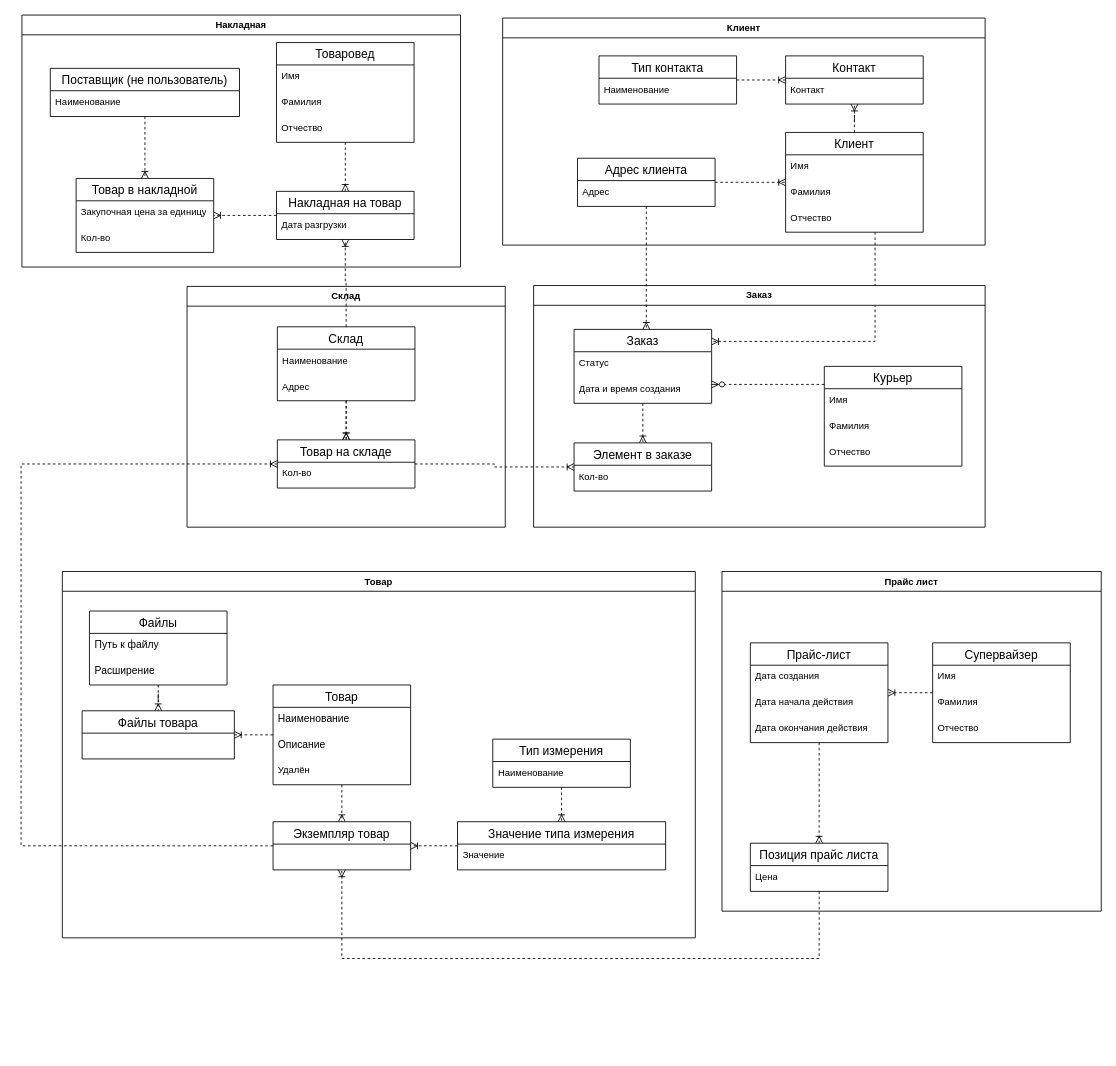
VladZainullin/LiquorStore keeps this draw.io diagram as Информационно-логическая диаграмма базы данных.drawio. Above is the earlier version. Source tidied: cells renumbered, new cells numbered last; positions are measured from the earlier drawing's top-left corner, leaving out a move shared by most shapes. Both pictures are drawn from the tidied source at 86%, with x=0, y=0 at pixel (21, 15).
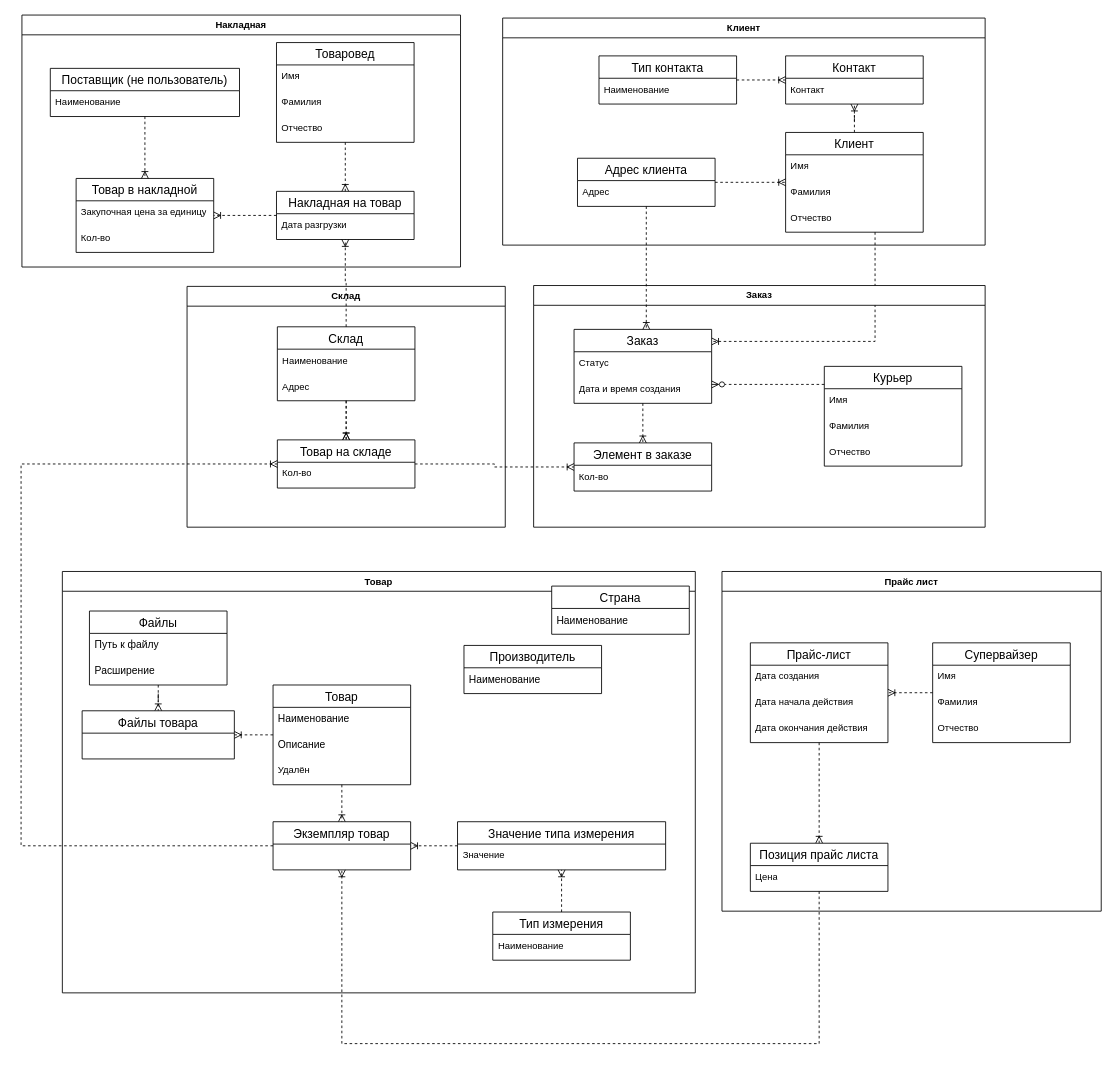
Above is the later version.

The change refers to these unchanged cells:
```xml
<mxCell id="36" value="Экземпляр товар" style="swimlane;fontStyle=0;horizontal=1;startSize=26;align=center;fontSize=14;fontFamily=Helvetica;fontColor=default;labelBackgroundColor=default;" parent="18" vertex="1">
  <mxGeometry x="245" y="291" width="160" height="56" as="geometry" />
</mxCell>
<mxCell id="74" value="Позиция прайс листа" style="swimlane;fontStyle=0;horizontal=1;startSize=26;align=center;fontSize=14;fontFamily=Helvetica;fontColor=default;labelBackgroundColor=default;" parent="68" vertex="1">
  <mxGeometry x="33" y="316" width="160" height="56" as="geometry" />
</mxCell>
```

Change to the diagram source:
```diff
@@
     <mxCell id="18" value="Товар" style="swimlane;whiteSpace=wrap;html=1;fontFamily=Helvetica;fontSize=11;fontColor=default;labelBackgroundColor=default;" parent="1" vertex="1">
-      <mxGeometry x="48" y="647" width="736" height="426" as="geometry" />
+      <mxGeometry x="48" y="647" width="736" height="490" as="geometry" />
     </mxCell>
@@
     <mxCell id="34" value="Тип измерения" style="swimlane;fontStyle=0;horizontal=1;startSize=26;align=center;fontSize=14;fontFamily=Helvetica;fontColor=default;labelBackgroundColor=default;" parent="18" vertex="1">
-      <mxGeometry x="500.5" y="195" width="160" height="56" as="geometry" />
+      <mxGeometry x="500.5" y="396" width="160" height="56" as="geometry" />
     </mxCell>
@@
+    <mxCell id="89" value="Производитель" style="swimlane;fontStyle=0;horizontal=1;startSize=26;align=center;fontSize=14;" parent="18" vertex="1">
+      <mxGeometry x="467" y="86" width="160" height="56" as="geometry" />
+    </mxCell>
+    <mxCell id="90" value="Наименование" style="text;strokeColor=none;fillColor=none;spacingLeft=4;spacingRight=4;overflow=hidden;fontSize=12;whiteSpace=wrap;html=1;" parent="89" vertex="1">
+      <mxGeometry y="26" width="160" height="30" as="geometry" />
+    </mxCell>
+    <mxCell id="91" value="Страна" style="swimlane;fontStyle=0;horizontal=1;startSize=26;align=center;fontSize=14;" parent="18" vertex="1">
+      <mxGeometry x="569" y="17" width="160" height="56" as="geometry" />
+    </mxCell>
+    <mxCell id="92" value="Наименование" style="text;strokeColor=none;fillColor=none;spacingLeft=4;spacingRight=4;overflow=hidden;fontSize=12;whiteSpace=wrap;html=1;" parent="91" vertex="1">
+      <mxGeometry y="26" width="160" height="30" as="geometry" />
+    </mxCell>
@@
     <mxCell id="88" style="edgeStyle=orthogonalEdgeStyle;rounded=0;jettySize=auto;html=1;dashed=1;endArrow=ERoneToMany;endFill=0;" parent="1" edge="1" source="74" target="36">
       <mxGeometry relative="1" as="geometry">
         <Array as="points">
-          <mxPoint x="928" y="1097" />
-          <mxPoint x="373" y="1097" />
+          <mxPoint x="928" y="1196" />
+          <mxPoint x="373" y="1196" />
         </Array>
       </mxGeometry>
     </mxCell>
```
